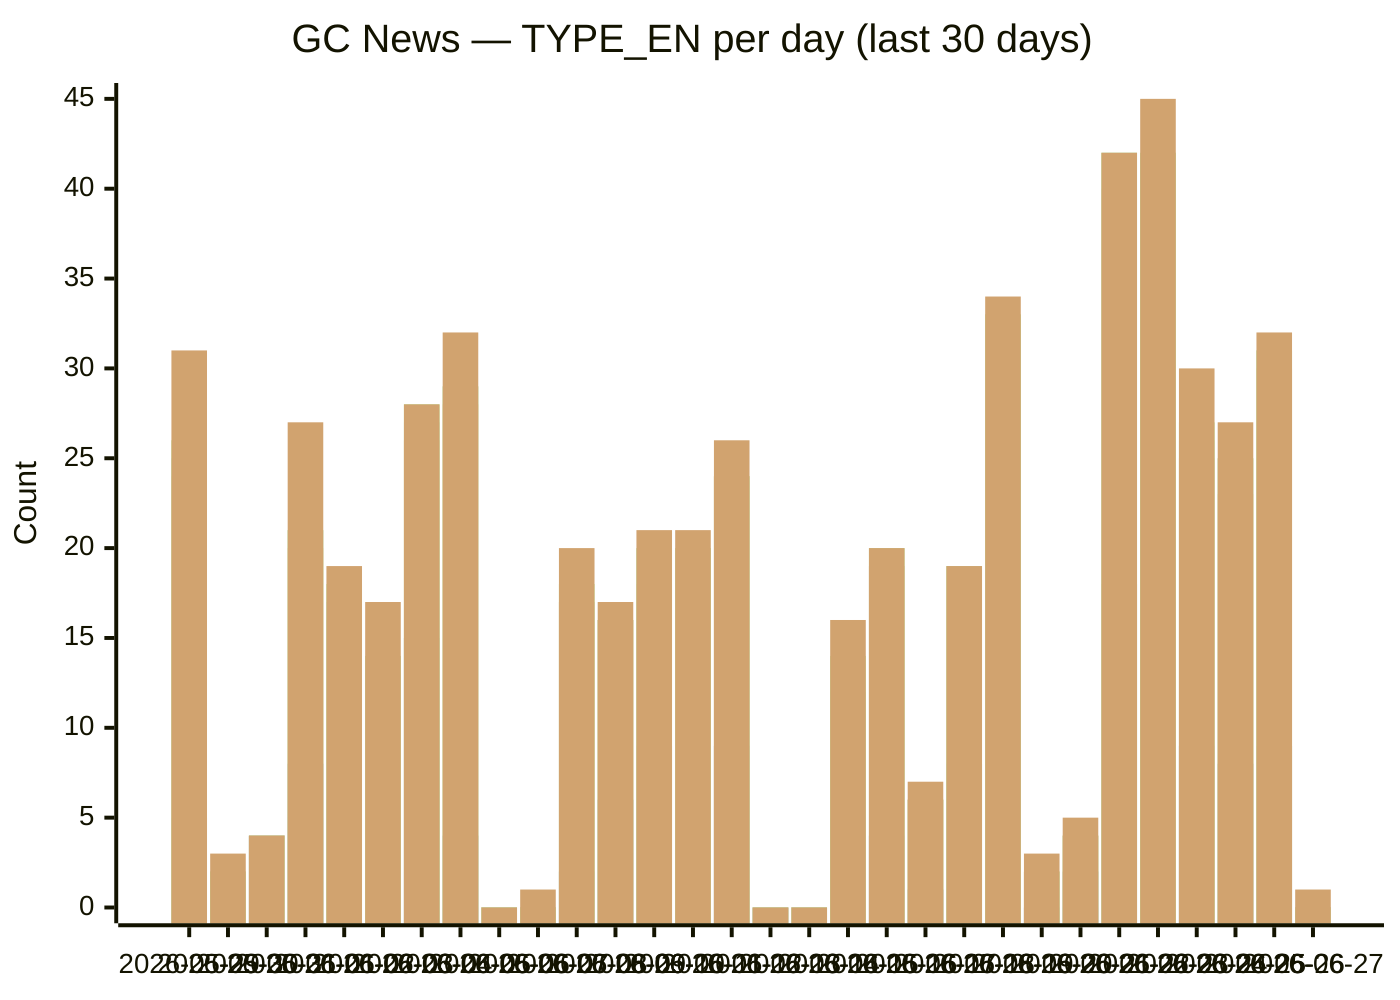
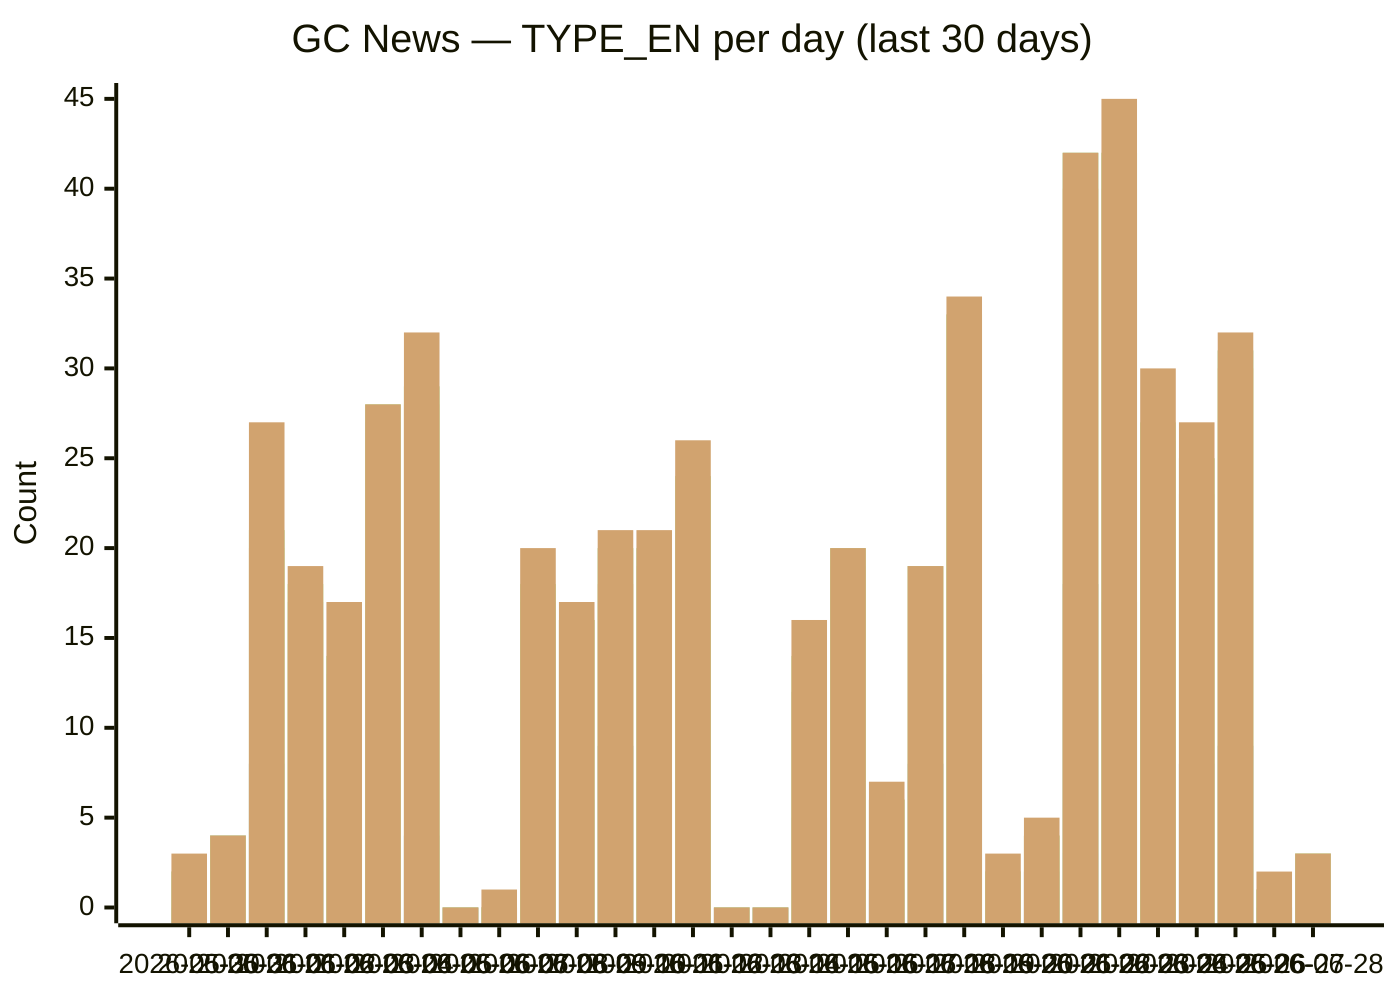
xychart-beta
  title "GC News — TYPE_EN per day (last 30 days)"
-   x-axis [2026-05-29, 2026-05-30, 2026-05-31, 2026-06-01, 2026-06-02, 2026-06-03, 2026-06-04, 2026-06-05, 2026-06-06, 2026-06-07, 2026-06-08, 2026-06-09, 2026-06-10, 2026-06-11, 2026-06-12, 2026-06-13, 2026-06-14, 2026-06-15, 2026-06-16, 2026-06-17, 2026-06-18, 2026-06-19, 2026-06-20, 2026-06-21, 2026-06-22, 2026-06-23, 2026-06-24, 2026-06-25, 2026-06-26, 2026-06-27]
+   x-axis [2026-05-30, 2026-05-31, 2026-06-01, 2026-06-02, 2026-06-03, 2026-06-04, 2026-06-05, 2026-06-06, 2026-06-07, 2026-06-08, 2026-06-09, 2026-06-10, 2026-06-11, 2026-06-12, 2026-06-13, 2026-06-14, 2026-06-15, 2026-06-16, 2026-06-17, 2026-06-18, 2026-06-19, 2026-06-20, 2026-06-21, 2026-06-22, 2026-06-23, 2026-06-24, 2026-06-25, 2026-06-26, 2026-06-27, 2026-06-28]
  y-axis "Count" 0 --> 45
-   bar backgrounders [1, 0, 0, 5, 2, 2, 2, 0, 0, 0, 0, 3, 2, 0, 3, 0, 0, 2, 3, 1, 2, 2, 0, 0, 3, 6, 2, 2, 3, 0]
-   bar "media advisories" [5, 0, 4, 8, 6, 5, 15, 4, 0, 0, 2, 6, 9, 7, 9, 0, 0, 5, 4, 1, 8, 13, 0, 2, 18, 17, 9, 8, 9, 0]
-   bar "news releases" [24, 2, 4, 20, 16, 13, 26, 28, 0, 0, 17, 16, 18, 19, 24, 0, 0, 12, 19, 6, 19, 33, 2, 4, 40, 40, 25, 23, 30, 0]
-   bar readouts [25, 2, 4, 21, 17, 14, 27, 29, 0, 0, 17, 16, 20, 20, 24, 0, 0, 12, 19, 6, 19, 33, 2, 4, 42, 42, 26, 25, 31, 0]
-   bar speeches [26, 2, 4, 21, 18, 14, 28, 29, 0, 0, 18, 16, 20, 20, 24, 0, 0, 14, 20, 6, 19, 33, 2, 4, 42, 42, 27, 25, 31, 0]
-   bar statements [31, 3, 4, 27, 19, 17, 28, 32, 0, 1, 20, 17, 21, 21, 26, 0, 0, 16, 20, 7, 19, 34, 3, 5, 42, 45, 30, 27, 32, 1]
+   bar backgrounders [0, 0, 5, 2, 2, 2, 0, 0, 0, 0, 3, 2, 0, 3, 0, 0, 2, 3, 1, 2, 2, 0, 0, 3, 6, 2, 2, 3, 0, 0]
+   bar "media advisories" [0, 4, 8, 6, 5, 15, 4, 0, 0, 2, 6, 9, 7, 9, 0, 0, 5, 4, 1, 8, 13, 0, 2, 18, 17, 9, 8, 9, 0, 2]
+   bar "news releases" [2, 4, 20, 16, 13, 26, 28, 0, 0, 17, 16, 18, 19, 24, 0, 0, 12, 19, 6, 19, 33, 2, 4, 40, 40, 25, 23, 30, 1, 3]
+   bar readouts [2, 4, 21, 17, 14, 27, 29, 0, 0, 17, 16, 20, 20, 24, 0, 0, 12, 19, 6, 19, 33, 2, 4, 42, 42, 26, 25, 31, 1, 3]
+   bar speeches [2, 4, 21, 18, 14, 28, 29, 0, 0, 18, 16, 20, 20, 24, 0, 0, 14, 20, 6, 19, 33, 2, 4, 42, 42, 27, 25, 31, 1, 3]
+   bar statements [3, 4, 27, 19, 17, 28, 32, 0, 1, 20, 17, 21, 21, 26, 0, 0, 16, 20, 7, 19, 34, 3, 5, 42, 45, 30, 27, 32, 2, 3]
